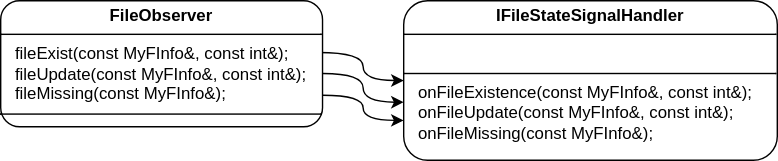
ILoveHumanity/FileWarden keeps this draw.io diagram as ReadmeDoc/SignalsAndSlots.svg. Above is the earlier version. Source tidied: cells renumbered, new cells last; positions are measured from the earlier drawing's top-left corner, leaving out a move shared by most shapes.
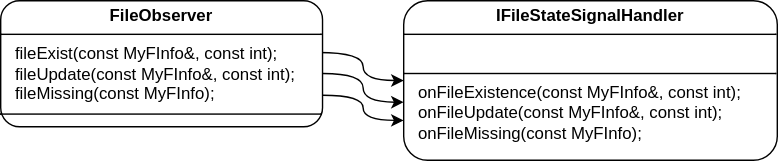
The same file after the commit.

What changed in the source:
```diff
@@ -5,10 +5,10 @@
     <mxCell id="2" style="edgeStyle=orthogonalEdgeStyle;rounded=0;jettySize=auto;html=1;exitX=0.987;exitY=0.411;exitDx=0;exitDy=0;entryX=0;entryY=0.5;entryDx=0;entryDy=0;exitPerimeter=0;curved=1;" parent="1" edge="1" source="3" target="4">
       <mxGeometry relative="1" as="geometry" />
     </mxCell>
-    <mxCell id="3" value="&lt;p style=&quot;margin: 4px 0px 0px;&quot;&gt;&lt;b&gt;FileObserver&lt;/b&gt;&lt;/p&gt;&lt;hr size=&quot;1&quot; style=&quot;border-style:solid;&quot;&gt;&lt;p style=&quot;text-align: left; margin: 0px 0px 0px 4px;&quot;&gt;&amp;nbsp; fileExist(const MyFInfo&amp;amp;, const int&amp;amp;);&lt;/p&gt;&lt;p style=&quot;text-align: left; margin: 0px 0px 0px 4px;&quot;&gt;&amp;nbsp; fileUpdate(const MyFInfo&amp;amp;, const int&amp;amp;);&lt;/p&gt;&lt;p style=&quot;text-align: left; margin: 0px 0px 0px 4px;&quot;&gt;&amp;nbsp; fileMissing(const MyFInfo&amp;amp;);&lt;/p&gt;&lt;hr size=&quot;1&quot; style=&quot;border-style:solid;&quot;&gt;&lt;p style=&quot;margin:0px;margin-left:4px;&quot;&gt;&lt;br&gt;&lt;/p&gt;" style="verticalAlign=top;align=center;overflow=fill;html=1;whiteSpace=wrap;rounded=1;" parent="1" vertex="1">
+    <mxCell id="3" value="&lt;p style=&quot;margin: 4px 0px 0px;&quot;&gt;&lt;b&gt;FileObserver&lt;/b&gt;&lt;/p&gt;&lt;hr size=&quot;1&quot; style=&quot;border-style:solid;&quot;&gt;&lt;p style=&quot;text-align: left; margin: 0px 0px 0px 4px;&quot;&gt;&amp;nbsp; fileExist(const MyFInfo&amp;amp;, const int);&lt;/p&gt;&lt;p style=&quot;text-align: left; margin: 0px 0px 0px 4px;&quot;&gt;&amp;nbsp; fileUpdate(const MyFInfo&amp;amp;, const int);&lt;/p&gt;&lt;p style=&quot;text-align: left; margin: 0px 0px 0px 4px;&quot;&gt;&amp;nbsp; fileMissing(const MyFInfo);&lt;/p&gt;&lt;hr size=&quot;1&quot; style=&quot;border-style:solid;&quot;&gt;&lt;p style=&quot;margin:0px;margin-left:4px;&quot;&gt;&lt;br&gt;&lt;/p&gt;" style="verticalAlign=top;align=center;overflow=fill;html=1;whiteSpace=wrap;rounded=1;" parent="1" vertex="1">
       <mxGeometry width="230" height="90" as="geometry" />
     </mxCell>
-    <mxCell id="4" value="&lt;p style=&quot;margin: 4px 0px 0px;&quot;&gt;&lt;span style=&quot;background-color: transparent;&quot;&gt;&lt;b&gt;IFileStateSignalHandler&lt;/b&gt;&lt;/span&gt;&lt;/p&gt;&lt;hr size=&quot;1&quot; style=&quot;border-style:solid;&quot;&gt;&lt;p style=&quot;text-align: left; margin: 0px 0px 0px 4px;&quot;&gt;&lt;br&gt;&lt;/p&gt;&lt;hr size=&quot;1&quot; style=&quot;border-style:solid;&quot;&gt;&lt;p style=&quot;text-align: left; margin: 0px 0px 0px 4px;&quot;&gt;&amp;nbsp; onFileExistence(const MyFInfo&amp;amp;, const int&amp;amp;);&lt;/p&gt;&lt;p style=&quot;text-align: left; margin: 0px 0px 0px 4px;&quot;&gt;&amp;nbsp; onFileUpdate(const MyFInfo&amp;amp;, const int&amp;amp;);&lt;/p&gt;&lt;p style=&quot;text-align: left; margin: 0px 0px 0px 4px;&quot;&gt;&amp;nbsp; onFileMissing(const MyFInfo&amp;amp;);&lt;/p&gt;" style="verticalAlign=top;align=center;overflow=fill;html=1;whiteSpace=wrap;rounded=1;" parent="1" vertex="1">
+    <mxCell id="4" value="&lt;p style=&quot;margin: 4px 0px 0px;&quot;&gt;&lt;span style=&quot;background-color: transparent;&quot;&gt;&lt;b&gt;IFileStateSignalHandler&lt;/b&gt;&lt;/span&gt;&lt;/p&gt;&lt;hr size=&quot;1&quot; style=&quot;border-style:solid;&quot;&gt;&lt;p style=&quot;text-align: left; margin: 0px 0px 0px 4px;&quot;&gt;&lt;br&gt;&lt;/p&gt;&lt;hr size=&quot;1&quot; style=&quot;border-style:solid;&quot;&gt;&lt;p style=&quot;text-align: left; margin: 0px 0px 0px 4px;&quot;&gt;&amp;nbsp; onFileExistence(const MyFInfo&amp;amp;, const int);&lt;/p&gt;&lt;p style=&quot;text-align: left; margin: 0px 0px 0px 4px;&quot;&gt;&amp;nbsp; onFileUpdate(const MyFInfo&amp;amp;, const int);&lt;/p&gt;&lt;p style=&quot;text-align: left; margin: 0px 0px 0px 4px;&quot;&gt;&amp;nbsp; onFileMissing(const MyFInfo);&lt;/p&gt;" style="verticalAlign=top;align=center;overflow=fill;html=1;whiteSpace=wrap;rounded=1;" parent="1" vertex="1">
       <mxGeometry x="288" width="267" height="114" as="geometry" />
     </mxCell>
     <mxCell id="5" style="edgeStyle=orthogonalEdgeStyle;rounded=0;jettySize=auto;html=1;exitX=1;exitY=0.578;exitDx=0;exitDy=0;entryX=0;entryY=0.636;entryDx=0;entryDy=0;curved=1;entryPerimeter=0;exitPerimeter=0;" parent="1" edge="1" source="3" target="4">
```
